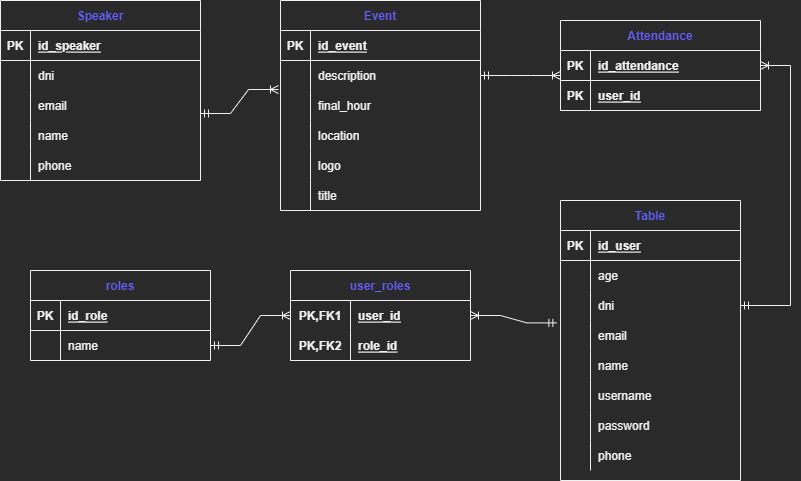
The draw.io diagram Otros/DB/Diagrama relacional.drawio.png in JuanAlbertoTrujilloCarballo/ProyectoIndividual, before a commit. Source tidied: cells renumbered, new cells last; positions are measured from the earlier drawing's top-left corner, leaving out a move shared by most shapes.
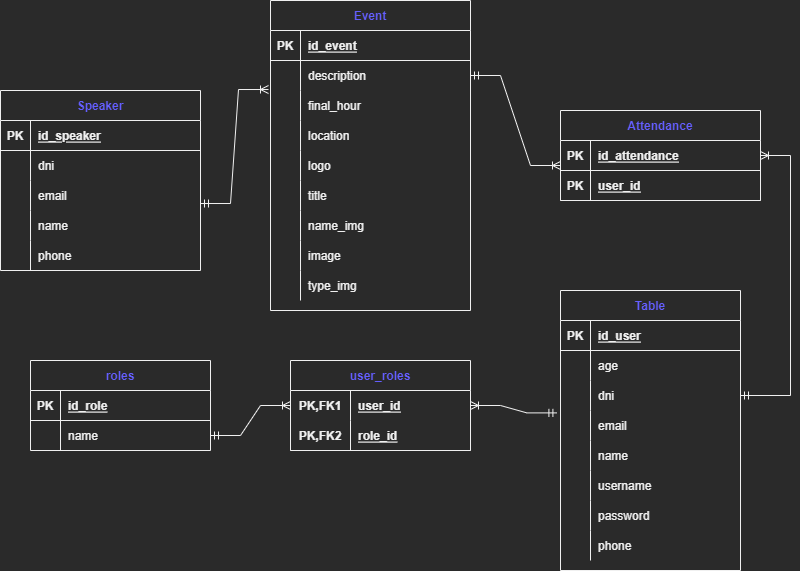
Above is the later version.

Change to the diagram source:
```diff
@@ -51,7 +51,7 @@
       <mxGeometry x="30" width="170" height="30" as="geometry" />
     </mxCell>
     <mxCell id="18" value="Event" style="shape=table;startSize=30;rowLines=0;fontStyle=1;align=center;fontColor=#645EFF;" parent="1" vertex="1">
-      <mxGeometry x="280" width="200" height="210" as="geometry" />
+      <mxGeometry x="270" y="-90" width="200" height="310" as="geometry" />
     </mxCell>
     <mxCell id="19" style="shape=tableRow;horizontal=0;startSize=0;swimlaneHead=0;swimlaneBody=0;fillColor=none;top=0;left=0;right=0;bottom=1;fontColor=#F0F0F0;" parent="18" vertex="1">
       <mxGeometry y="30" width="200" height="30" as="geometry" />
@@ -107,6 +107,33 @@
     <mxCell id="36" value="title" style="shape=partialRectangle;fillColor=none;top=0;left=0;bottom=0;right=0;align=left;spacingLeft=6;overflow=hidden;fontColor=#F0F0F0;" parent="34" vertex="1">
       <mxGeometry x="30" width="170" height="30" as="geometry" />
     </mxCell>
+    <mxCell id="88" style="shape=tableRow;horizontal=0;startSize=0;swimlaneHead=0;swimlaneBody=0;fillColor=none;top=0;left=0;right=0;bottom=0;" parent="18" vertex="1">
+      <mxGeometry y="210" width="200" height="30" as="geometry" />
+    </mxCell>
+    <mxCell id="89" style="shape=partialRectangle;fillColor=none;top=0;left=0;bottom=0;right=0;overflow=hidden;" parent="88" vertex="1">
+      <mxGeometry width="30" height="30" as="geometry" />
+    </mxCell>
+    <mxCell id="90" value="name_img" style="shape=partialRectangle;fillColor=none;top=0;left=0;bottom=0;right=0;align=left;spacingLeft=6;overflow=hidden;" parent="88" vertex="1">
+      <mxGeometry x="30" width="170" height="30" as="geometry" />
+    </mxCell>
+    <mxCell id="91" style="shape=tableRow;horizontal=0;startSize=0;swimlaneHead=0;swimlaneBody=0;fillColor=none;top=0;left=0;right=0;bottom=0;" parent="18" vertex="1">
+      <mxGeometry y="240" width="200" height="30" as="geometry" />
+    </mxCell>
+    <mxCell id="92" style="shape=partialRectangle;fillColor=none;top=0;left=0;bottom=0;right=0;overflow=hidden;" parent="91" vertex="1">
+      <mxGeometry width="30" height="30" as="geometry" />
+    </mxCell>
+    <mxCell id="93" value="image" style="shape=partialRectangle;fillColor=none;top=0;left=0;bottom=0;right=0;align=left;spacingLeft=6;overflow=hidden;" parent="91" vertex="1">
+      <mxGeometry x="30" width="170" height="30" as="geometry" />
+    </mxCell>
+    <mxCell id="94" style="shape=tableRow;horizontal=0;startSize=0;swimlaneHead=0;swimlaneBody=0;fillColor=none;top=0;left=0;right=0;bottom=0;" parent="18" vertex="1">
+      <mxGeometry y="270" width="200" height="30" as="geometry" />
+    </mxCell>
+    <mxCell id="95" style="shape=partialRectangle;fillColor=none;top=0;left=0;bottom=0;right=0;overflow=hidden;" parent="94" vertex="1">
+      <mxGeometry width="30" height="30" as="geometry" />
+    </mxCell>
+    <mxCell id="96" value="type_img" style="shape=partialRectangle;fillColor=none;top=0;left=0;bottom=0;right=0;align=left;spacingLeft=6;overflow=hidden;" parent="94" vertex="1">
+      <mxGeometry x="30" width="170" height="30" as="geometry" />
+    </mxCell>
     <mxCell id="37" value="Attendance" style="shape=table;startSize=30;rowLines=0;fontStyle=1;align=center;fontColor=#645EFF;" parent="1" vertex="1">
       <mxGeometry x="560" y="20" width="200" height="90" as="geometry" />
     </mxCell>
```
